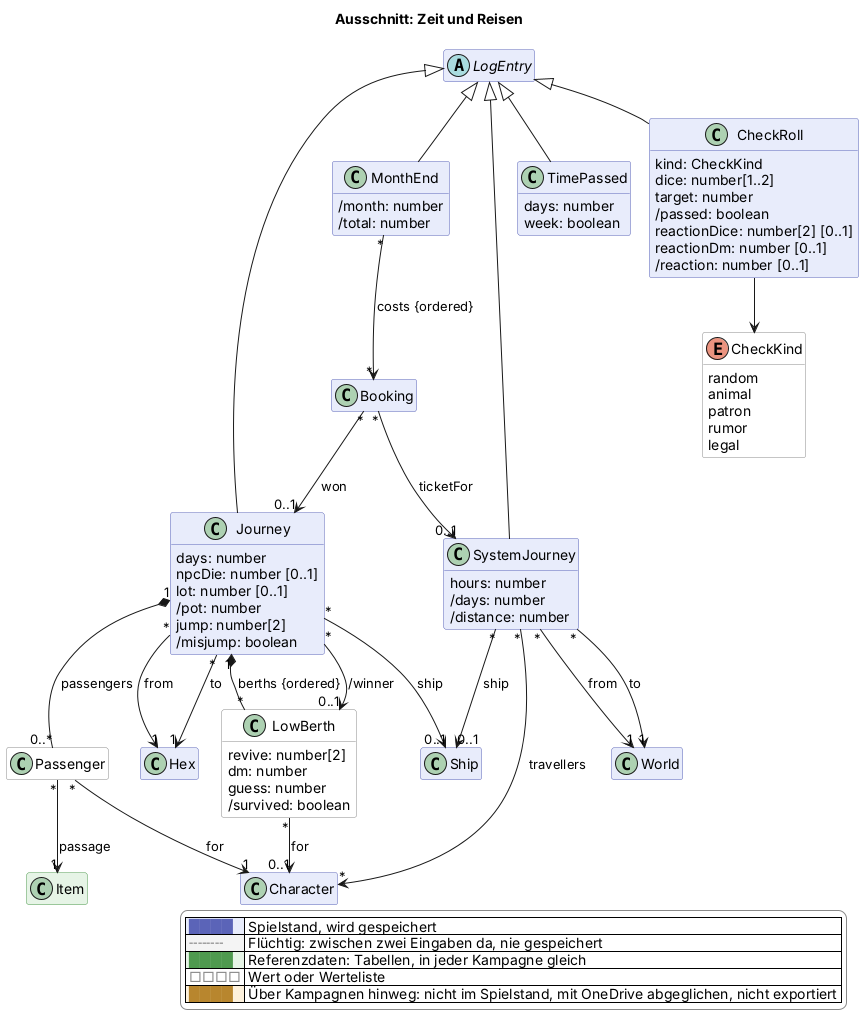
Above: docs/views/reise.png in scuzzar/SRE (PlantUML), before the change.
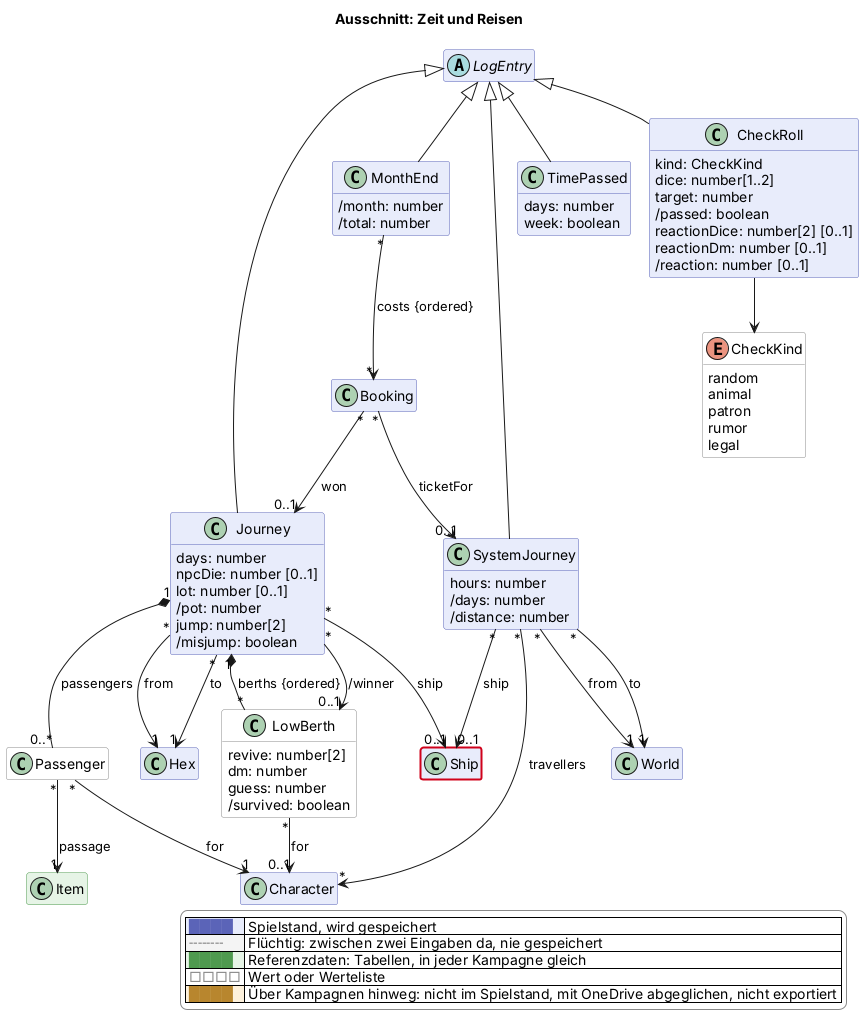
Above is the later version.

What changed in the source:
```diff
@@ -175,4 +175,5 @@
   |<#ffffff> <color:#8a8a8a>□□□□</color> | Wert oder Werteliste |
   |<#fdf1dc> <color:#b8862e>████</color> | Über Kampagnen hinweg: nicht im Spielstand, mit OneDrive abgeglichen, nicht exportiert |
 endlegend
+class Ship #line:d0021b;line.bold
 @enduml
```
